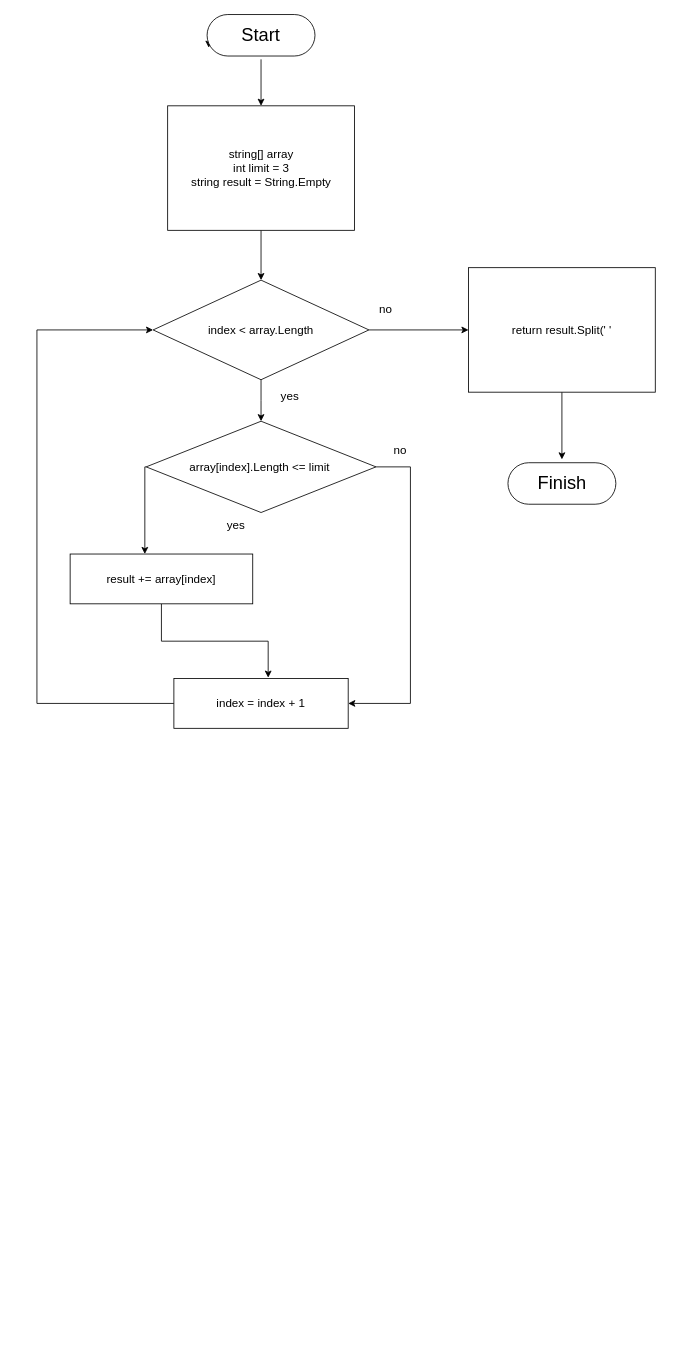
This is BlockShema.drawio from Nextman111/prog, a draw.io file, before an edit. Source tidied: cells renumbered, new cells numbered last; positions are measured from the earlier drawing's top-left corner, leaving out a move shared by most shapes. Both pictures are drawn from the tidied source at 83%, with x=0, y=0 at pixel (37, 14).
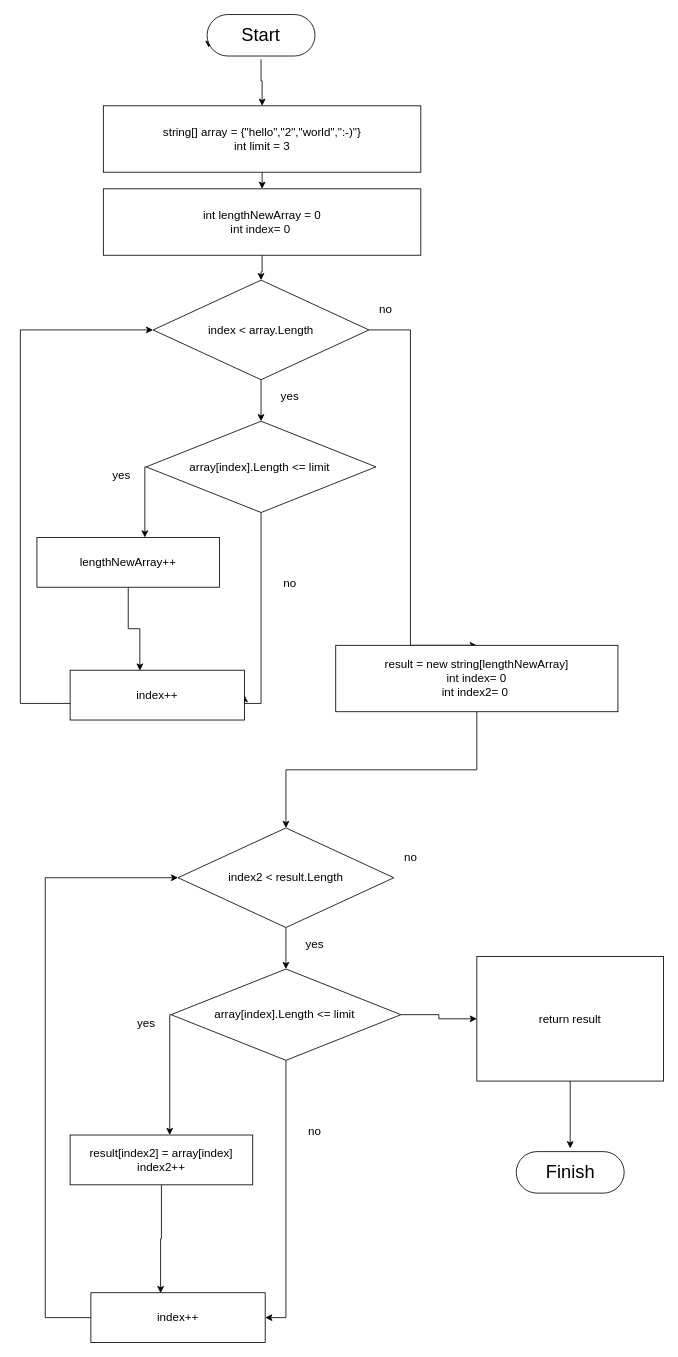
Above is the later version.

Unchanged cells that the change refers to:
```xml
<mxCell id="10" value="index &amp;lt; array.Length" style="rhombus;whiteSpace=wrap;html=1;fontSize=14;rounded=0;shadow=0;glass=0;sketch=0;strokeWidth=1;" parent="1" vertex="1">
  <mxGeometry x="140" y="320" width="260" height="120" as="geometry" />
</mxCell>
<mxCell id="14" value="&lt;span style=&quot;font-size: 14px;&quot;&gt;array[index].Length &amp;lt;= limit&amp;nbsp;&lt;/span&gt;" style="rhombus;whiteSpace=wrap;html=1;" parent="1" vertex="1">
  <mxGeometry x="131.6" y="490" width="276.9" height="110" as="geometry" />
</mxCell>
```

Change to the diagram source:
```diff
@@
     <mxCell id="5" value="&lt;span style=&quot;font-size: 22px;&quot;&gt;Finish&lt;/span&gt;" style="rounded=1;whiteSpace=wrap;html=1;shadow=0;glass=0;sketch=0;fontSize=18;strokeColor=default;strokeWidth=1;perimeterSpacing=4;arcSize=180;absoluteArcSize=1;" parent="1" vertex="1">
-      <mxGeometry x="567.5" y="540" width="130" height="50" as="geometry" />
+      <mxGeometry x="577.5" y="1370" width="130" height="50" as="geometry" />
     </mxCell>
-    <mxCell id="6" style="edgeStyle=orthogonalEdgeStyle;rounded=0;jettySize=auto;html=1;fontSize=14;entryX=0.5;entryY=0;entryDx=0;entryDy=0;" parent="1" edge="1" source="7" target="10">
-      <mxGeometry relative="1" as="geometry" />
-    </mxCell>
+    <mxCell id="24" style="edgeStyle=orthogonalEdgeStyle;rounded=0;jettySize=auto;html=1;entryX=0.5;entryY=0;entryDx=0;entryDy=0;" parent="1" edge="1" source="7" target="27">
+      <mxGeometry relative="1" as="geometry" />
+    </mxCell>
-    <mxCell id="7" value="&lt;div style=&quot;&quot;&gt;string[] array&lt;/div&gt;&lt;div style=&quot;&quot;&gt;int limit = 3&lt;/div&gt;&lt;div style=&quot;&quot;&gt;string result = String.Empty&lt;/div&gt;" style="rounded=0;whiteSpace=wrap;html=1;shadow=0;glass=0;sketch=0;fontSize=14;strokeColor=default;strokeWidth=1;align=center;" parent="1" vertex="1">
-      <mxGeometry x="157.5" y="110" width="225" height="150" as="geometry" />
+    <mxCell id="7" value="&lt;div style=&quot;&quot;&gt;string[] array = {&quot;hello&quot;,&quot;2&quot;,&quot;world&quot;,&quot;:-)&quot;}&lt;/div&gt;&lt;div style=&quot;&quot;&gt;int limit = 3&lt;/div&gt;" style="rounded=0;whiteSpace=wrap;html=1;shadow=0;glass=0;sketch=0;fontSize=14;strokeColor=default;strokeWidth=1;align=center;" parent="1" vertex="1">
+      <mxGeometry x="80" y="110" width="382.5" height="80" as="geometry" />
     </mxCell>
@@
-    <mxCell id="9" style="edgeStyle=orthogonalEdgeStyle;rounded=0;jettySize=auto;html=1;entryX=0;entryY=0.5;entryDx=0;entryDy=0;" parent="1" edge="1" source="10" target="23">
-      <mxGeometry relative="1" as="geometry" />
-    </mxCell>
+    <mxCell id="25" style="edgeStyle=orthogonalEdgeStyle;rounded=0;jettySize=auto;html=1;entryX=0.5;entryY=0;entryDx=0;entryDy=0;" parent="1" edge="1" source="10" target="29">
+      <mxGeometry relative="1" as="geometry">
+        <Array as="points">
+          <mxPoint x="450" y="380" />
+        </Array>
+      </mxGeometry>
+    </mxCell>
@@
     <mxCell id="13" style="edgeStyle=orthogonalEdgeStyle;rounded=0;jettySize=auto;html=1;fontSize=14;entryX=1;entryY=0.5;entryDx=0;entryDy=0;" parent="1" edge="1" source="14" target="20">
       <mxGeometry relative="1" as="geometry">
         <Array as="points">
-          <mxPoint x="450" y="545" />
-          <mxPoint x="450" y="830" />
+          <mxPoint x="270" y="830" />
+          <mxPoint x="250" y="830" />
         </Array>
       </mxGeometry>
     </mxCell>
@@
-    <mxCell id="16" style="edgeStyle=orthogonalEdgeStyle;rounded=0;jettySize=auto;html=1;entryX=0.541;entryY=-0.017;entryDx=0;entryDy=0;entryPerimeter=0;" parent="1" edge="1" source="17" target="20">
+    <mxCell id="16" style="edgeStyle=orthogonalEdgeStyle;rounded=0;jettySize=auto;html=1;entryX=0.4;entryY=0.007;entryDx=0;entryDy=0;entryPerimeter=0;" parent="1" edge="1" source="17" target="20">
       <mxGeometry relative="1" as="geometry" />
     </mxCell>
-    <mxCell id="17" value="&lt;div&gt;&lt;span style=&quot;font-size: 14px;&quot;&gt;result += array[index]&lt;/span&gt;&lt;/div&gt;" style="whiteSpace=wrap;html=1;" parent="1" vertex="1">
-      <mxGeometry x="40" y="650" width="220" height="60" as="geometry" />
+    <mxCell id="17" value="&lt;span style=&quot;font-size: 14px;&quot;&gt;lengthNewArray++&lt;br&gt;&lt;/span&gt;" style="whiteSpace=wrap;html=1;" parent="1" vertex="1">
+      <mxGeometry y="630" width="220" height="60" as="geometry" />
     </mxCell>
     <mxCell id="18" value="yes" style="text;html=1;strokeColor=none;fillColor=none;align=center;verticalAlign=middle;whiteSpace=wrap;rounded=0;fontSize=14;" parent="1" vertex="1">
-      <mxGeometry x="210" y="600" width="60" height="30" as="geometry" />
+      <mxGeometry x="71.6" y="540" width="60" height="30" as="geometry" />
     </mxCell>
     <mxCell id="19" style="edgeStyle=orthogonalEdgeStyle;rounded=0;jettySize=auto;html=1;entryX=0;entryY=0.5;entryDx=0;entryDy=0;fontSize=14;" parent="1" edge="1" source="20" target="10">
       <mxGeometry relative="1" as="geometry">
         <Array as="points">
-          <mxPoint y="830" />
-          <mxPoint y="380" />
+          <mxPoint x="-20" y="830" />
+          <mxPoint x="-20" y="380" />
         </Array>
       </mxGeometry>
     </mxCell>
-    <mxCell id="20" value="&lt;div&gt;&lt;span style=&quot;font-size: 14px;&quot;&gt;index = index + 1&lt;/span&gt;&lt;br&gt;&lt;/div&gt;" style="whiteSpace=wrap;html=1;" parent="1" vertex="1">
-      <mxGeometry x="165" y="800" width="210" height="60" as="geometry" />
+    <mxCell id="20" value="&lt;span style=&quot;font-size: 14px;&quot;&gt;index++&lt;/span&gt;" style="whiteSpace=wrap;html=1;" parent="1" vertex="1">
+      <mxGeometry x="40" y="790" width="210" height="60" as="geometry" />
     </mxCell>
     <mxCell id="21" value="no" style="text;html=1;strokeColor=none;fillColor=none;align=center;verticalAlign=middle;whiteSpace=wrap;rounded=0;fontSize=14;" parent="1" vertex="1">
-      <mxGeometry x="408.4" y="510" width="60" height="30" as="geometry" />
+      <mxGeometry x="275" y="670" width="60" height="30" as="geometry" />
     </mxCell>
@@
-    <mxCell id="23" value="&lt;div style=&quot;&quot;&gt;return result.Split(' '&lt;/div&gt;" style="rounded=0;whiteSpace=wrap;html=1;shadow=0;glass=0;sketch=0;fontSize=14;strokeColor=default;strokeWidth=1;align=center;" parent="1" vertex="1">
-      <mxGeometry x="520" y="305" width="225" height="150" as="geometry" />
+    <mxCell id="23" value="&lt;div style=&quot;&quot;&gt;return result&lt;/div&gt;" style="rounded=0;whiteSpace=wrap;html=1;shadow=0;glass=0;sketch=0;fontSize=14;strokeColor=default;strokeWidth=1;align=center;" parent="1" vertex="1">
+      <mxGeometry x="530" y="1135" width="225" height="150" as="geometry" />
     </mxCell>
+    <mxCell id="26" style="edgeStyle=orthogonalEdgeStyle;rounded=0;jettySize=auto;html=1;entryX=0.5;entryY=0;entryDx=0;entryDy=0;" parent="1" edge="1" source="27" target="10">
+      <mxGeometry relative="1" as="geometry" />
+    </mxCell>
+    <mxCell id="27" value="int lengthNewArray = 0&lt;br&gt;int index= 0&amp;nbsp;" style="rounded=0;whiteSpace=wrap;html=1;shadow=0;glass=0;sketch=0;fontSize=14;strokeColor=default;strokeWidth=1;align=center;" parent="1" vertex="1">
+      <mxGeometry x="80" y="210" width="382.5" height="80" as="geometry" />
+    </mxCell>
+    <mxCell id="28" style="edgeStyle=orthogonalEdgeStyle;rounded=0;jettySize=auto;html=1;entryX=0.5;entryY=0;entryDx=0;entryDy=0;" parent="1" edge="1" source="29" target="31">
+      <mxGeometry relative="1" as="geometry" />
+    </mxCell>
+    <mxCell id="29" value="result = new string[lengthNewArray]&lt;br&gt;int index= 0&lt;br&gt;int index2= 0&amp;nbsp;" style="rounded=0;whiteSpace=wrap;html=1;shadow=0;glass=0;sketch=0;fontSize=14;strokeColor=default;strokeWidth=1;align=center;" parent="1" vertex="1">
+      <mxGeometry x="360" y="760" width="340" height="80" as="geometry" />
+    </mxCell>
+    <mxCell id="30" style="edgeStyle=orthogonalEdgeStyle;rounded=0;jettySize=auto;html=1;" parent="1" edge="1" source="31" target="36">
+      <mxGeometry relative="1" as="geometry" />
+    </mxCell>
+    <mxCell id="31" value="index2 &amp;lt; result.Length" style="rhombus;whiteSpace=wrap;html=1;fontSize=14;rounded=0;shadow=0;glass=0;sketch=0;strokeWidth=1;" parent="1" vertex="1">
+      <mxGeometry x="170" y="980" width="260" height="120" as="geometry" />
+    </mxCell>
+    <mxCell id="32" value="no" style="text;html=1;align=center;verticalAlign=middle;strokeColor=none;fillColor=none;fontSize=14;" parent="1" vertex="1">
+      <mxGeometry x="430" y="1000" width="40" height="30" as="geometry" />
+    </mxCell>
+    <mxCell id="33" style="edgeStyle=orthogonalEdgeStyle;rounded=0;jettySize=auto;html=1;fontSize=14;" parent="1" edge="1" source="36" target="39">
+      <mxGeometry relative="1" as="geometry">
+        <Array as="points">
+          <mxPoint x="160" y="1205" />
+        </Array>
+      </mxGeometry>
+    </mxCell>
+    <mxCell id="34" style="edgeStyle=orthogonalEdgeStyle;rounded=0;jettySize=auto;html=1;fontSize=14;entryX=1;entryY=0.5;entryDx=0;entryDy=0;" parent="1" edge="1" source="36" target="42">
+      <mxGeometry relative="1" as="geometry">
+        <Array as="points">
+          <mxPoint x="300" y="1570" />
+        </Array>
+      </mxGeometry>
+    </mxCell>
+    <mxCell id="35" style="edgeStyle=orthogonalEdgeStyle;rounded=0;jettySize=auto;html=1;entryX=0;entryY=0.5;entryDx=0;entryDy=0;" parent="1" edge="1" source="36" target="23">
+      <mxGeometry relative="1" as="geometry" />
+    </mxCell>
+    <mxCell id="36" value="&lt;span style=&quot;font-size: 14px;&quot;&gt;array[index].Length &amp;lt;= limit&amp;nbsp;&lt;/span&gt;" style="rhombus;whiteSpace=wrap;html=1;" parent="1" vertex="1">
+      <mxGeometry x="161.6" y="1150" width="276.9" height="110" as="geometry" />
+    </mxCell>
+    <mxCell id="37" value="yes" style="text;html=1;strokeColor=none;fillColor=none;align=center;verticalAlign=middle;whiteSpace=wrap;rounded=0;fontSize=14;" parent="1" vertex="1">
+      <mxGeometry x="305" y="1105" width="60" height="30" as="geometry" />
+    </mxCell>
+    <mxCell id="38" style="edgeStyle=orthogonalEdgeStyle;rounded=0;jettySize=auto;html=1;entryX=0.4;entryY=0.007;entryDx=0;entryDy=0;entryPerimeter=0;" parent="1" edge="1" source="39" target="42">
+      <mxGeometry relative="1" as="geometry" />
+    </mxCell>
+    <mxCell id="39" value="&lt;span style=&quot;font-size: 14px;&quot;&gt;result[index2] = array[index]&lt;br&gt;index2++&lt;br&gt;&lt;/span&gt;" style="whiteSpace=wrap;html=1;" parent="1" vertex="1">
+      <mxGeometry x="40" y="1350" width="220" height="60" as="geometry" />
+    </mxCell>
+    <mxCell id="40" value="yes" style="text;html=1;strokeColor=none;fillColor=none;align=center;verticalAlign=middle;whiteSpace=wrap;rounded=0;fontSize=14;" parent="1" vertex="1">
+      <mxGeometry x="101.6" y="1200" width="60" height="30" as="geometry" />
+    </mxCell>
+    <mxCell id="41" style="edgeStyle=orthogonalEdgeStyle;rounded=0;jettySize=auto;html=1;entryX=0;entryY=0.5;entryDx=0;entryDy=0;fontSize=14;" parent="1" edge="1" source="42" target="31">
+      <mxGeometry relative="1" as="geometry">
+        <Array as="points">
+          <mxPoint x="10" y="1570" />
+          <mxPoint x="10" y="1040" />
+        </Array>
+      </mxGeometry>
+    </mxCell>
+    <mxCell id="42" value="&lt;span style=&quot;font-size: 14px;&quot;&gt;index++&lt;/span&gt;" style="whiteSpace=wrap;html=1;" parent="1" vertex="1">
+      <mxGeometry x="65" y="1540" width="210" height="60" as="geometry" />
+    </mxCell>
+    <mxCell id="43" value="no" style="text;html=1;strokeColor=none;fillColor=none;align=center;verticalAlign=middle;whiteSpace=wrap;rounded=0;fontSize=14;" parent="1" vertex="1">
+      <mxGeometry x="305" y="1330" width="60" height="30" as="geometry" />
+    </mxCell>
```
